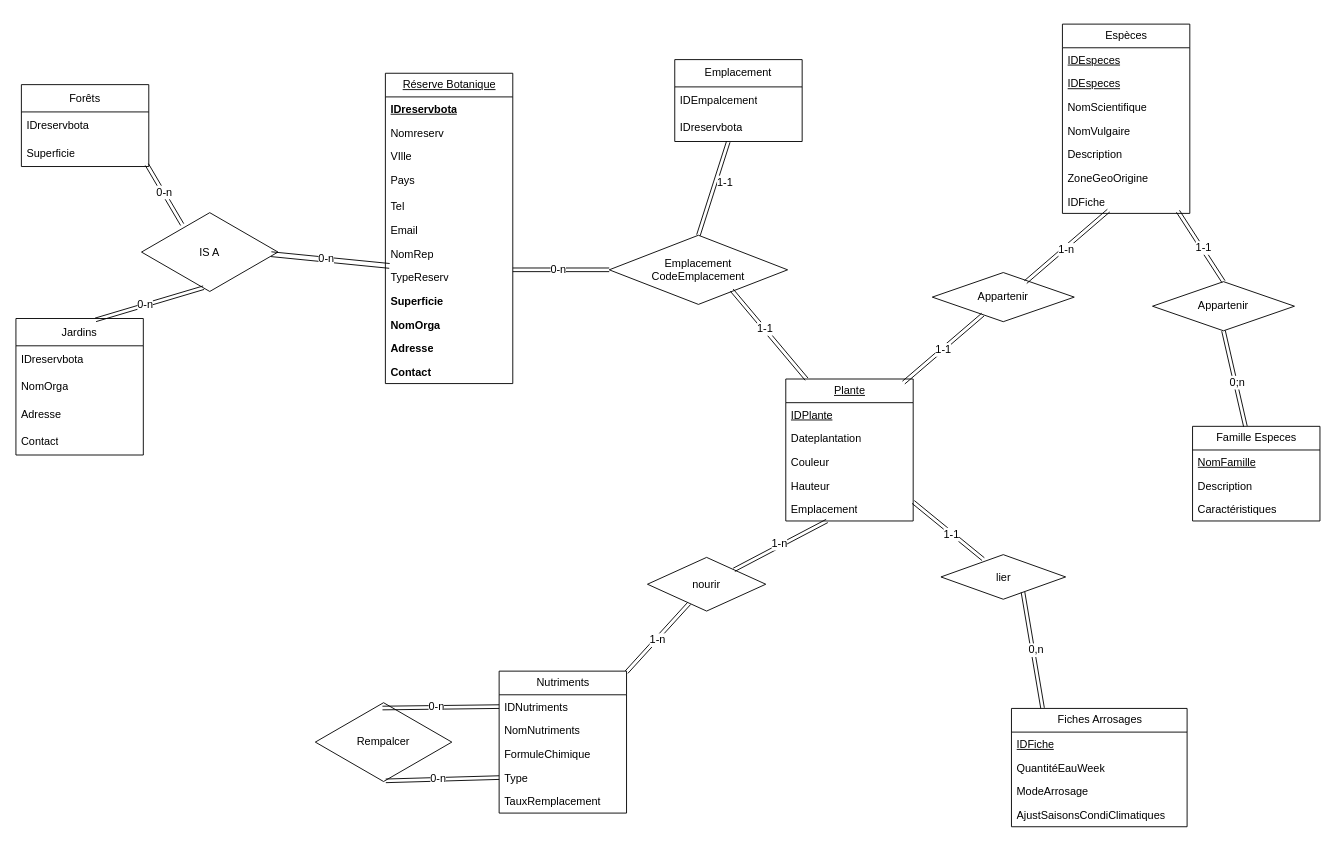
Above: SAE3/Untitled Diagram.drawio in korasrar/Work (draw.io), before the change. Source tidied: cells renumbered, new cells numbered last; positions are measured from the earlier drawing's top-left corner, leaving out a move shared by most shapes. Both pictures are drawn from the tidied source at 91%, with x=0, y=0 at pixel (15, 24).
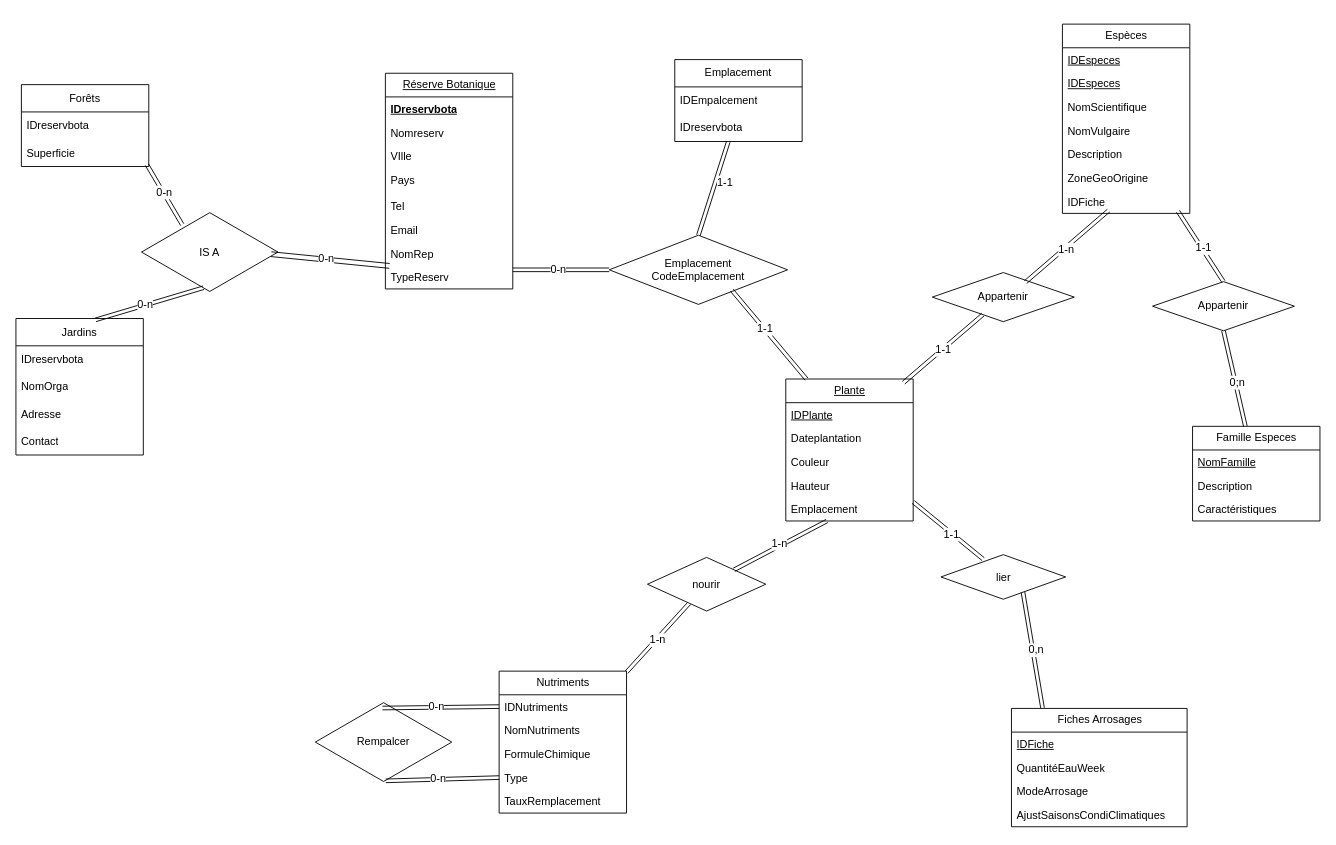
The same diagram, later.

Commit message:
Mettre à jour Untitled Diagram.drawio

Change to the diagram source:
```diff
@@
     <mxCell id="2" value="Réserve Botanique" style="swimlane;fontStyle=4;horizontal=1;startSize=26;fillColor=none;html=1;" parent="1" vertex="1">
-      <mxGeometry x="406" y="54" width="140" height="341" as="geometry" />
+      <mxGeometry x="406" y="54" width="140" height="237" as="geometry" />
     </mxCell>
@@
-    <mxCell id="11" value="&lt;b&gt;Superficie&lt;/b&gt;" style="text;strokeColor=none;fillColor=none;align=left;verticalAlign=top;spacingLeft=4;spacingRight=4;overflow=hidden;whiteSpace=wrap;html=1;" parent="2" vertex="1">
-      <mxGeometry y="237" width="140" height="26" as="geometry" />
-    </mxCell>
-    <mxCell id="12" value="&lt;b&gt;NomOrga&lt;/b&gt;" style="text;strokeColor=none;fillColor=none;align=left;verticalAlign=top;spacingLeft=4;spacingRight=4;overflow=hidden;whiteSpace=wrap;html=1;" parent="2" vertex="1">
-      <mxGeometry y="263" width="140" height="26" as="geometry" />
-    </mxCell>
-    <mxCell id="13" value="&lt;b&gt;Adresse&lt;/b&gt;" style="text;strokeColor=none;fillColor=none;align=left;verticalAlign=top;spacingLeft=4;spacingRight=4;overflow=hidden;whiteSpace=wrap;html=1;" parent="2" vertex="1">
-      <mxGeometry y="289" width="140" height="26" as="geometry" />
-    </mxCell>
-    <mxCell id="14" value="&lt;b&gt;Contact&lt;/b&gt;" style="text;strokeColor=none;fillColor=none;align=left;verticalAlign=top;spacingLeft=4;spacingRight=4;overflow=hidden;whiteSpace=wrap;html=1;" parent="2" vertex="1">
-      <mxGeometry y="315" width="140" height="26" as="geometry" />
-    </mxCell>
```
